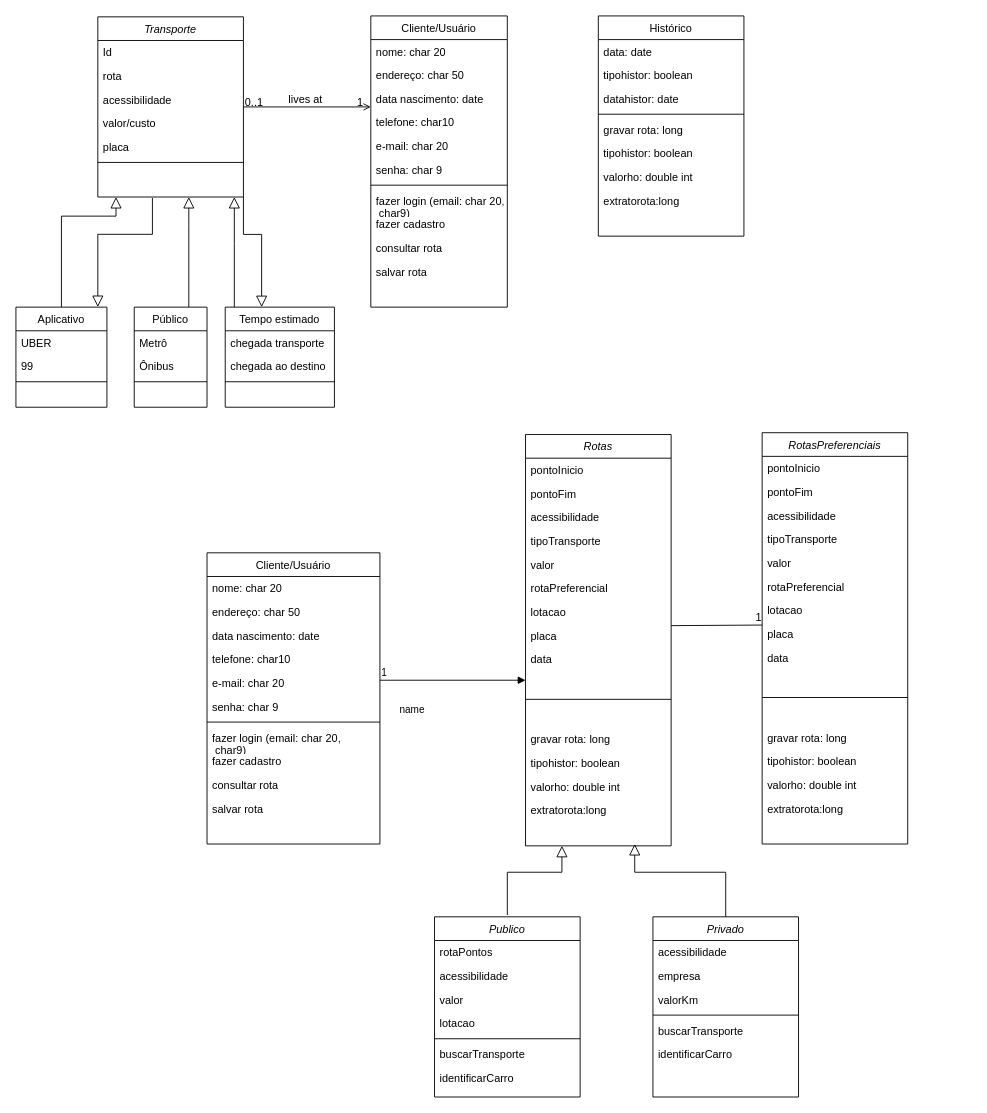
The draw.io diagram Diagrama de Classe - moovifast.drawio in appmoovifast/Documentacao, before the edit. Source tidied: cells renumbered, new cells numbered last; positions are measured from the earlier drawing's top-left corner, leaving out a move shared by most shapes. Both pictures are drawn from the tidied source at 91%, with x=0, y=0 at pixel (15, 15).
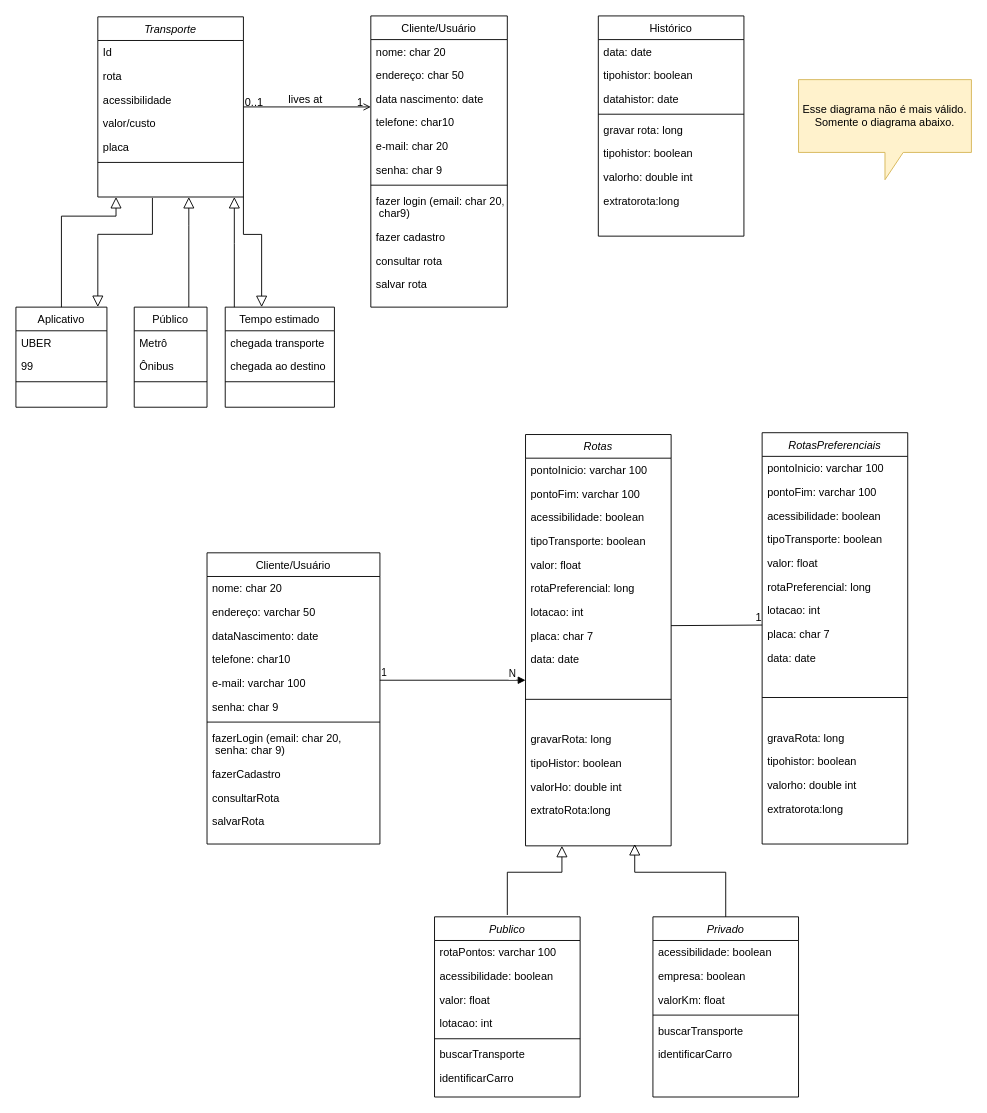
After the change.

The change refers to these unchanged cells:
```xml
<mxCell id="14" value="Cliente/Usuário" style="swimlane;fontStyle=0;align=center;verticalAlign=top;horizontal=1;startSize=26;rounded=0;shadow=0;strokeWidth=1;" parent="1" vertex="1">
  <mxGeometry x="390" width="150" height="320" as="geometry" />
</mxCell>
<mxCell id="51" value="Publico" style="swimlane;fontStyle=2;align=center;verticalAlign=top;horizontal=1;startSize=26;rounded=0;shadow=0;strokeWidth=1;" parent="1" vertex="1">
  <mxGeometry x="460" y="990" width="160" height="198" as="geometry" />
</mxCell>
<mxCell id="59" value="Privado" style="swimlane;fontStyle=2;align=center;verticalAlign=top;horizontal=1;startSize=26;rounded=0;shadow=0;strokeWidth=1;" parent="1" vertex="1">
  <mxGeometry x="700" y="990" width="160" height="198" as="geometry" />
</mxCell>
<mxCell id="66" value="Rotas" style="swimlane;fontStyle=2;align=center;verticalAlign=top;horizontal=1;startSize=26;rounded=0;shadow=0;strokeWidth=1;" parent="1" vertex="1">
  <mxGeometry x="560" y="460" width="160" height="452" as="geometry" />
</mxCell>
<mxCell id="81" value="Cliente/Usuário" style="swimlane;fontStyle=0;align=center;verticalAlign=top;horizontal=1;startSize=26;rounded=0;shadow=0;strokeWidth=1;" parent="1" vertex="1">
  <mxGeometry x="210" y="590" width="190" height="320" as="geometry" />
</mxCell>
<mxCell id="97" value="RotasPreferenciais" style="swimlane;fontStyle=2;align=center;verticalAlign=top;horizontal=1;startSize=26;rounded=0;shadow=0;strokeWidth=1;" parent="1" vertex="1">
  <mxGeometry x="820" y="458" width="160" height="452" as="geometry" />
</mxCell>
```

The edit, as a diff of the source:
```diff
@@
     <mxCell id="22" value="fazer login (email: char 20,&#10; char9)" style="text;align=left;verticalAlign=top;spacingLeft=4;spacingRight=4;overflow=hidden;" parent="14" vertex="1">
-      <mxGeometry y="190" width="150" height="26" as="geometry" />
+      <mxGeometry y="190" width="150" height="40" as="geometry" />
     </mxCell>
     <mxCell id="23" value="fazer cadastro" style="text;align=left;verticalAlign=top;spacingLeft=4;spacingRight=4;overflow=hidden;" parent="14" vertex="1">
-      <mxGeometry y="216" width="150" height="26" as="geometry" />
+      <mxGeometry y="230" width="150" height="26" as="geometry" />
     </mxCell>
     <mxCell id="24" value="consultar rota" style="text;align=left;verticalAlign=top;spacingLeft=4;spacingRight=4;overflow=hidden;" parent="14" vertex="1">
-      <mxGeometry y="242" width="150" height="26" as="geometry" />
+      <mxGeometry y="256" width="150" height="26" as="geometry" />
     </mxCell>
     <mxCell id="25" value="salvar rota" style="text;align=left;verticalAlign=top;spacingLeft=4;spacingRight=4;overflow=hidden;" parent="14" vertex="1">
-      <mxGeometry y="268" width="150" height="26" as="geometry" />
+      <mxGeometry y="282" width="150" height="26" as="geometry" />
     </mxCell>
@@
-    <mxCell id="52" value="rotaPontos" style="text;align=left;verticalAlign=top;spacingLeft=4;spacingRight=4;overflow=hidden;rounded=0;shadow=0;html=0;" parent="51" vertex="1">
+    <mxCell id="52" value="rotaPontos: varchar 100" style="text;align=left;verticalAlign=top;spacingLeft=4;spacingRight=4;overflow=hidden;rounded=0;shadow=0;html=0;" parent="51" vertex="1">
       <mxGeometry y="26" width="160" height="26" as="geometry" />
     </mxCell>
-    <mxCell id="53" value="acessibilidade" style="text;align=left;verticalAlign=top;spacingLeft=4;spacingRight=4;overflow=hidden;rounded=0;shadow=0;html=0;" parent="51" vertex="1">
+    <mxCell id="53" value="acessibilidade: boolean" style="text;align=left;verticalAlign=top;spacingLeft=4;spacingRight=4;overflow=hidden;rounded=0;shadow=0;html=0;" parent="51" vertex="1">
       <mxGeometry y="52" width="160" height="26" as="geometry" />
     </mxCell>
-    <mxCell id="54" value="valor" style="text;align=left;verticalAlign=top;spacingLeft=4;spacingRight=4;overflow=hidden;rounded=0;shadow=0;html=0;" parent="51" vertex="1">
+    <mxCell id="54" value="valor: float" style="text;align=left;verticalAlign=top;spacingLeft=4;spacingRight=4;overflow=hidden;rounded=0;shadow=0;html=0;" parent="51" vertex="1">
       <mxGeometry y="78" width="160" height="26" as="geometry" />
     </mxCell>
-    <mxCell id="55" value="lotacao" style="text;align=left;verticalAlign=top;spacingLeft=4;spacingRight=4;overflow=hidden;rounded=0;shadow=0;html=0;" parent="51" vertex="1">
+    <mxCell id="55" value="lotacao: int" style="text;align=left;verticalAlign=top;spacingLeft=4;spacingRight=4;overflow=hidden;rounded=0;shadow=0;html=0;" parent="51" vertex="1">
       <mxGeometry y="104" width="160" height="26" as="geometry" />
     </mxCell>
@@
-    <mxCell id="60" value="acessibilidade" style="text;align=left;verticalAlign=top;spacingLeft=4;spacingRight=4;overflow=hidden;rounded=0;shadow=0;html=0;" parent="59" vertex="1">
+    <mxCell id="60" value="acessibilidade: boolean" style="text;align=left;verticalAlign=top;spacingLeft=4;spacingRight=4;overflow=hidden;rounded=0;shadow=0;html=0;" parent="59" vertex="1">
       <mxGeometry y="26" width="160" height="26" as="geometry" />
     </mxCell>
-    <mxCell id="61" value="empresa" style="text;align=left;verticalAlign=top;spacingLeft=4;spacingRight=4;overflow=hidden;rounded=0;shadow=0;html=0;" parent="59" vertex="1">
+    <mxCell id="61" value="empresa: boolean" style="text;align=left;verticalAlign=top;spacingLeft=4;spacingRight=4;overflow=hidden;rounded=0;shadow=0;html=0;" parent="59" vertex="1">
       <mxGeometry y="52" width="160" height="26" as="geometry" />
     </mxCell>
-    <mxCell id="62" value="valorKm" style="text;align=left;verticalAlign=top;spacingLeft=4;spacingRight=4;overflow=hidden;rounded=0;shadow=0;html=0;" parent="59" vertex="1">
+    <mxCell id="62" value="valorKm: float" style="text;align=left;verticalAlign=top;spacingLeft=4;spacingRight=4;overflow=hidden;rounded=0;shadow=0;html=0;" parent="59" vertex="1">
       <mxGeometry y="78" width="160" height="26" as="geometry" />
     </mxCell>
@@
-    <mxCell id="67" value="pontoInicio" style="text;align=left;verticalAlign=top;spacingLeft=4;spacingRight=4;overflow=hidden;rounded=0;shadow=0;html=0;" parent="66" vertex="1">
+    <mxCell id="67" value="pontoInicio: varchar 100" style="text;align=left;verticalAlign=top;spacingLeft=4;spacingRight=4;overflow=hidden;rounded=0;shadow=0;html=0;" parent="66" vertex="1">
       <mxGeometry y="26" width="160" height="26" as="geometry" />
     </mxCell>
-    <mxCell id="68" value="pontoFim" style="text;align=left;verticalAlign=top;spacingLeft=4;spacingRight=4;overflow=hidden;rounded=0;shadow=0;html=0;" parent="66" vertex="1">
+    <mxCell id="68" value="pontoFim: varchar 100" style="text;align=left;verticalAlign=top;spacingLeft=4;spacingRight=4;overflow=hidden;rounded=0;shadow=0;html=0;" parent="66" vertex="1">
       <mxGeometry y="52" width="160" height="26" as="geometry" />
     </mxCell>
-    <mxCell id="69" value="acessibilidade" style="text;align=left;verticalAlign=top;spacingLeft=4;spacingRight=4;overflow=hidden;rounded=0;shadow=0;html=0;" parent="66" vertex="1">
+    <mxCell id="69" value="acessibilidade: boolean" style="text;align=left;verticalAlign=top;spacingLeft=4;spacingRight=4;overflow=hidden;rounded=0;shadow=0;html=0;" parent="66" vertex="1">
       <mxGeometry y="78" width="160" height="26" as="geometry" />
     </mxCell>
-    <mxCell id="70" value="tipoTransporte" style="text;align=left;verticalAlign=top;spacingLeft=4;spacingRight=4;overflow=hidden;rounded=0;shadow=0;html=0;" parent="66" vertex="1">
+    <mxCell id="70" value="tipoTransporte: boolean" style="text;align=left;verticalAlign=top;spacingLeft=4;spacingRight=4;overflow=hidden;rounded=0;shadow=0;html=0;" parent="66" vertex="1">
       <mxGeometry y="104" width="160" height="26" as="geometry" />
     </mxCell>
-    <mxCell id="71" value="valor" style="text;align=left;verticalAlign=top;spacingLeft=4;spacingRight=4;overflow=hidden;rounded=0;shadow=0;html=0;" parent="66" vertex="1">
+    <mxCell id="71" value="valor: float" style="text;align=left;verticalAlign=top;spacingLeft=4;spacingRight=4;overflow=hidden;rounded=0;shadow=0;html=0;" parent="66" vertex="1">
       <mxGeometry y="130" width="160" height="26" as="geometry" />
     </mxCell>
-    <mxCell id="72" value="rotaPreferencial" style="text;align=left;verticalAlign=top;spacingLeft=4;spacingRight=4;overflow=hidden;rounded=0;shadow=0;html=0;" parent="66" vertex="1">
+    <mxCell id="72" value="rotaPreferencial: long" style="text;align=left;verticalAlign=top;spacingLeft=4;spacingRight=4;overflow=hidden;rounded=0;shadow=0;html=0;" parent="66" vertex="1">
       <mxGeometry y="156" width="160" height="26" as="geometry" />
     </mxCell>
-    <mxCell id="73" value="lotacao" style="text;align=left;verticalAlign=top;spacingLeft=4;spacingRight=4;overflow=hidden;rounded=0;shadow=0;html=0;" parent="66" vertex="1">
+    <mxCell id="73" value="lotacao: int" style="text;align=left;verticalAlign=top;spacingLeft=4;spacingRight=4;overflow=hidden;rounded=0;shadow=0;html=0;" parent="66" vertex="1">
       <mxGeometry y="182" width="160" height="26" as="geometry" />
     </mxCell>
-    <mxCell id="74" value="placa" style="text;align=left;verticalAlign=top;spacingLeft=4;spacingRight=4;overflow=hidden;rounded=0;shadow=0;html=0;" parent="66" vertex="1">
+    <mxCell id="74" value="placa: char 7" style="text;align=left;verticalAlign=top;spacingLeft=4;spacingRight=4;overflow=hidden;rounded=0;shadow=0;html=0;" parent="66" vertex="1">
       <mxGeometry y="208" width="160" height="26" as="geometry" />
     </mxCell>
-    <mxCell id="75" value="data" style="text;align=left;verticalAlign=top;spacingLeft=4;spacingRight=4;overflow=hidden;rounded=0;shadow=0;html=0;" parent="66" vertex="1">
+    <mxCell id="75" value="data: date" style="text;align=left;verticalAlign=top;spacingLeft=4;spacingRight=4;overflow=hidden;rounded=0;shadow=0;html=0;" parent="66" vertex="1">
       <mxGeometry y="234" width="160" height="26" as="geometry" />
     </mxCell>
@@
-    <mxCell id="77" value="gravar rota: long" style="text;align=left;verticalAlign=top;spacingLeft=4;spacingRight=4;overflow=hidden;" parent="66" vertex="1">
+    <mxCell id="77" value="gravarRota: long" style="text;align=left;verticalAlign=top;spacingLeft=4;spacingRight=4;overflow=hidden;" parent="66" vertex="1">
       <mxGeometry y="322" width="160" height="26" as="geometry" />
     </mxCell>
-    <mxCell id="78" value="tipohistor: boolean" style="text;align=left;verticalAlign=top;spacingLeft=4;spacingRight=4;overflow=hidden;" parent="66" vertex="1">
+    <mxCell id="78" value="tipoHistor: boolean" style="text;align=left;verticalAlign=top;spacingLeft=4;spacingRight=4;overflow=hidden;" parent="66" vertex="1">
       <mxGeometry y="348" width="160" height="26" as="geometry" />
     </mxCell>
-    <mxCell id="79" value="valorho: double int" style="text;align=left;verticalAlign=top;spacingLeft=4;spacingRight=4;overflow=hidden;" parent="66" vertex="1">
+    <mxCell id="79" value="valorHo: double int" style="text;align=left;verticalAlign=top;spacingLeft=4;spacingRight=4;overflow=hidden;" parent="66" vertex="1">
       <mxGeometry y="374" width="160" height="26" as="geometry" />
     </mxCell>
-    <mxCell id="80" value="extratorota:long" style="text;align=left;verticalAlign=top;spacingLeft=4;spacingRight=4;overflow=hidden;" parent="66" vertex="1">
+    <mxCell id="80" value="extratoRota:long" style="text;align=left;verticalAlign=top;spacingLeft=4;spacingRight=4;overflow=hidden;" parent="66" vertex="1">
       <mxGeometry y="400" width="160" height="26" as="geometry" />
     </mxCell>
@@
-    <mxCell id="83" value="endereço: char 50" style="text;align=left;verticalAlign=top;spacingLeft=4;spacingRight=4;overflow=hidden;rounded=0;shadow=0;html=0;" parent="81" vertex="1">
+    <mxCell id="83" value="endereço: varchar 50" style="text;align=left;verticalAlign=top;spacingLeft=4;spacingRight=4;overflow=hidden;rounded=0;shadow=0;html=0;" parent="81" vertex="1">
       <mxGeometry y="52" width="190" height="26" as="geometry" />
     </mxCell>
-    <mxCell id="84" value="data nascimento: date" style="text;align=left;verticalAlign=top;spacingLeft=4;spacingRight=4;overflow=hidden;rounded=0;shadow=0;html=0;" parent="81" vertex="1">
+    <mxCell id="84" value="dataNascimento: date" style="text;align=left;verticalAlign=top;spacingLeft=4;spacingRight=4;overflow=hidden;rounded=0;shadow=0;html=0;" parent="81" vertex="1">
       <mxGeometry y="78" width="190" height="26" as="geometry" />
     </mxCell>
@@
-    <mxCell id="86" value="e-mail: char 20" style="text;align=left;verticalAlign=top;spacingLeft=4;spacingRight=4;overflow=hidden;rounded=0;shadow=0;html=0;" parent="81" vertex="1">
+    <mxCell id="86" value="e-mail: varchar 100" style="text;align=left;verticalAlign=top;spacingLeft=4;spacingRight=4;overflow=hidden;rounded=0;shadow=0;html=0;" parent="81" vertex="1">
       <mxGeometry y="130" width="190" height="26" as="geometry" />
     </mxCell>
@@
-    <mxCell id="89" value="fazer login (email: char 20,&#10; char9)" style="text;align=left;verticalAlign=top;spacingLeft=4;spacingRight=4;overflow=hidden;" parent="81" vertex="1">
-      <mxGeometry y="190" width="190" height="26" as="geometry" />
+    <mxCell id="89" value="fazerLogin (email: char 20,&#10; senha: char 9)" style="text;align=left;verticalAlign=top;spacingLeft=4;spacingRight=4;overflow=hidden;" parent="81" vertex="1">
+      <mxGeometry y="190" width="190" height="40" as="geometry" />
     </mxCell>
-    <mxCell id="90" value="fazer cadastro" style="text;align=left;verticalAlign=top;spacingLeft=4;spacingRight=4;overflow=hidden;" parent="81" vertex="1">
-      <mxGeometry y="216" width="190" height="26" as="geometry" />
+    <mxCell id="90" value="fazerCadastro" style="text;align=left;verticalAlign=top;spacingLeft=4;spacingRight=4;overflow=hidden;" parent="81" vertex="1">
+      <mxGeometry y="230" width="190" height="26" as="geometry" />
     </mxCell>
-    <mxCell id="91" value="consultar rota" style="text;align=left;verticalAlign=top;spacingLeft=4;spacingRight=4;overflow=hidden;" parent="81" vertex="1">
-      <mxGeometry y="242" width="190" height="26" as="geometry" />
+    <mxCell id="91" value="consultarRota" style="text;align=left;verticalAlign=top;spacingLeft=4;spacingRight=4;overflow=hidden;" parent="81" vertex="1">
+      <mxGeometry y="256" width="190" height="26" as="geometry" />
     </mxCell>
-    <mxCell id="92" value="salvar rota" style="text;align=left;verticalAlign=top;spacingLeft=4;spacingRight=4;overflow=hidden;" parent="81" vertex="1">
-      <mxGeometry y="268" width="190" height="26" as="geometry" />
+    <mxCell id="92" value="salvarRota" style="text;align=left;verticalAlign=top;spacingLeft=4;spacingRight=4;overflow=hidden;" parent="81" vertex="1">
+      <mxGeometry y="282" width="190" height="26" as="geometry" />
     </mxCell>
-    <mxCell id="93" value="name" style="endArrow=block;endFill=1;html=1;edgeStyle=orthogonalEdgeStyle;align=left;verticalAlign=top;" parent="1" edge="1">
-      <mxGeometry x="-0.75" y="-20" relative="1" as="geometry">
+    <mxCell id="93" value="N" style="endArrow=block;endFill=1;html=1;edgeStyle=orthogonalEdgeStyle;align=left;verticalAlign=top;" parent="1" edge="1">
+      <mxGeometry x="0.75" y="20" relative="1" as="geometry">
         <mxPoint x="400" y="730" as="sourcePoint" />
         <mxPoint x="560" y="730" as="targetPoint" />
       </mxGeometry>
     </mxCell>
@@
-    <mxCell id="98" value="pontoInicio" style="text;align=left;verticalAlign=top;spacingLeft=4;spacingRight=4;overflow=hidden;rounded=0;shadow=0;html=0;" parent="97" vertex="1">
+    <mxCell id="98" value="pontoInicio: varchar 100" style="text;align=left;verticalAlign=top;spacingLeft=4;spacingRight=4;overflow=hidden;rounded=0;shadow=0;html=0;" parent="97" vertex="1">
       <mxGeometry y="26" width="160" height="26" as="geometry" />
     </mxCell>
-    <mxCell id="99" value="pontoFim" style="text;align=left;verticalAlign=top;spacingLeft=4;spacingRight=4;overflow=hidden;rounded=0;shadow=0;html=0;" parent="97" vertex="1">
+    <mxCell id="99" value="pontoFim: varchar 100" style="text;align=left;verticalAlign=top;spacingLeft=4;spacingRight=4;overflow=hidden;rounded=0;shadow=0;html=0;" parent="97" vertex="1">
       <mxGeometry y="52" width="160" height="26" as="geometry" />
     </mxCell>
-    <mxCell id="100" value="acessibilidade" style="text;align=left;verticalAlign=top;spacingLeft=4;spacingRight=4;overflow=hidden;rounded=0;shadow=0;html=0;" parent="97" vertex="1">
+    <mxCell id="100" value="acessibilidade: boolean" style="text;align=left;verticalAlign=top;spacingLeft=4;spacingRight=4;overflow=hidden;rounded=0;shadow=0;html=0;" parent="97" vertex="1">
       <mxGeometry y="78" width="160" height="26" as="geometry" />
     </mxCell>
-    <mxCell id="101" value="tipoTransporte" style="text;align=left;verticalAlign=top;spacingLeft=4;spacingRight=4;overflow=hidden;rounded=0;shadow=0;html=0;" parent="97" vertex="1">
+    <mxCell id="101" value="tipoTransporte: boolean" style="text;align=left;verticalAlign=top;spacingLeft=4;spacingRight=4;overflow=hidden;rounded=0;shadow=0;html=0;" parent="97" vertex="1">
       <mxGeometry y="104" width="160" height="26" as="geometry" />
     </mxCell>
-    <mxCell id="102" value="valor" style="text;align=left;verticalAlign=top;spacingLeft=4;spacingRight=4;overflow=hidden;rounded=0;shadow=0;html=0;" parent="97" vertex="1">
+    <mxCell id="102" value="valor: float" style="text;align=left;verticalAlign=top;spacingLeft=4;spacingRight=4;overflow=hidden;rounded=0;shadow=0;html=0;" parent="97" vertex="1">
       <mxGeometry y="130" width="160" height="26" as="geometry" />
     </mxCell>
-    <mxCell id="103" value="rotaPreferencial" style="text;align=left;verticalAlign=top;spacingLeft=4;spacingRight=4;overflow=hidden;rounded=0;shadow=0;html=0;" parent="97" vertex="1">
+    <mxCell id="103" value="rotaPreferencial: long" style="text;align=left;verticalAlign=top;spacingLeft=4;spacingRight=4;overflow=hidden;rounded=0;shadow=0;html=0;" parent="97" vertex="1">
       <mxGeometry y="156" width="160" height="26" as="geometry" />
     </mxCell>
-    <mxCell id="104" value="lotacao" style="text;align=left;verticalAlign=top;spacingLeft=4;spacingRight=4;overflow=hidden;rounded=0;shadow=0;html=0;" parent="97" vertex="1">
+    <mxCell id="104" value="lotacao: int" style="text;align=left;verticalAlign=top;spacingLeft=4;spacingRight=4;overflow=hidden;rounded=0;shadow=0;html=0;" parent="97" vertex="1">
       <mxGeometry y="182" width="160" height="26" as="geometry" />
     </mxCell>
-    <mxCell id="105" value="placa" style="text;align=left;verticalAlign=top;spacingLeft=4;spacingRight=4;overflow=hidden;points=[[0,0.5],[1,0.5]];portConstraint=eastwest;rounded=0;shadow=0;html=0;" parent="97" vertex="1">
+    <mxCell id="105" value="placa: char 7" style="text;align=left;verticalAlign=top;spacingLeft=4;spacingRight=4;overflow=hidden;points=[[0,0.5],[1,0.5]];portConstraint=eastwest;rounded=0;shadow=0;html=0;" parent="97" vertex="1">
       <mxGeometry y="208" width="160" height="26" as="geometry" />
     </mxCell>
-    <mxCell id="106" value="data" style="text;align=left;verticalAlign=top;spacingLeft=4;spacingRight=4;overflow=hidden;rounded=0;shadow=0;html=0;" parent="97" vertex="1">
+    <mxCell id="106" value="data: date" style="text;align=left;verticalAlign=top;spacingLeft=4;spacingRight=4;overflow=hidden;rounded=0;shadow=0;html=0;" parent="97" vertex="1">
       <mxGeometry y="234" width="160" height="26" as="geometry" />
     </mxCell>
@@
-    <mxCell id="108" value="gravar rota: long" style="text;align=left;verticalAlign=top;spacingLeft=4;spacingRight=4;overflow=hidden;" parent="97" vertex="1">
+    <mxCell id="108" value="gravaRota: long" style="text;align=left;verticalAlign=top;spacingLeft=4;spacingRight=4;overflow=hidden;" parent="97" vertex="1">
       <mxGeometry y="322" width="160" height="26" as="geometry" />
     </mxCell>
@@
+    <mxCell id="114" value="Esse diagrama não é mais válido. Somente o diagrama abaixo." style="shape=callout;whiteSpace=wrap;html=1;perimeter=calloutPerimeter;fillColor=#fff2cc;strokeColor=#d6b656;" parent="1" vertex="1">
+      <mxGeometry x="860" y="70" width="190" height="110" as="geometry" />
+    </mxCell>
```
